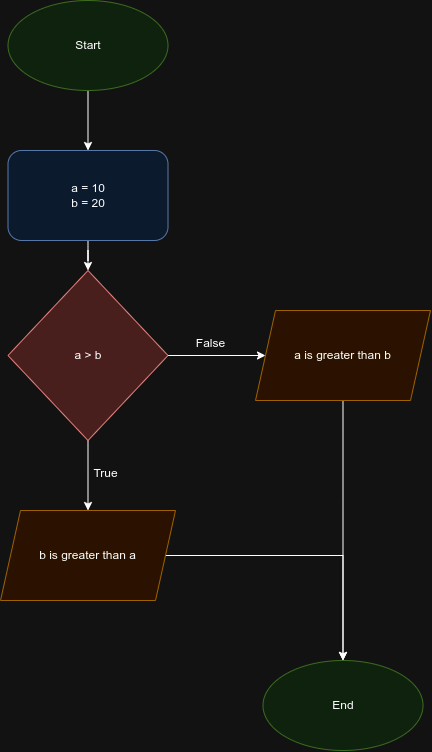
Before: assets/img/Python-example.png, a diagram exported from draw.io (tomdu3/tomdu3.github.io). Source tidied: cells renumbered, new cells last; positions are measured from the earlier drawing's top-left corner, leaving out a move shared by most shapes.
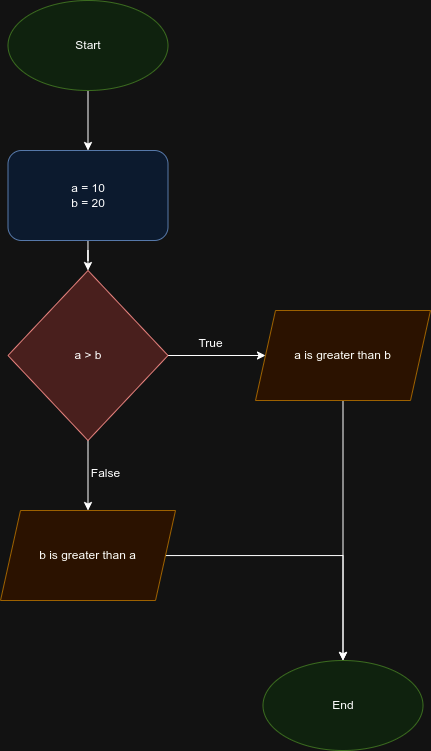
Above is the later version.

Commit message:
Fix: drawio chart correct

Change to the diagram source:
```diff
@@ -29,7 +29,7 @@
     <mxCell id="10" value="b is greater than a" style="shape=parallelogram;perimeter=parallelogramPerimeter;whiteSpace=wrap;html=1;fixedSize=1;fillColor=#ffe6cc;strokeColor=#d79b00;" parent="1" vertex="1">
       <mxGeometry y="510" width="175" height="90" as="geometry" />
     </mxCell>
-    <mxCell id="11" value="True" style="text;html=1;align=center;verticalAlign=middle;strokeColor=none;fillColor=none;" parent="1" vertex="1">
+    <mxCell id="11" value="False" style="text;html=1;align=center;verticalAlign=middle;strokeColor=none;fillColor=none;" parent="1" vertex="1">
       <mxGeometry x="80" y="458" width="50" height="30" as="geometry" />
     </mxCell>
     <mxCell id="12" style="edgeStyle=orthogonalEdgeStyle;rounded=0;jettySize=auto;html=1;" parent="1" edge="1" source="13" target="15">
@@ -38,7 +38,7 @@
     <mxCell id="13" value="a is greater than b" style="shape=parallelogram;perimeter=parallelogramPerimeter;whiteSpace=wrap;html=1;fixedSize=1;fillColor=#ffe6cc;strokeColor=#d79b00;" parent="1" vertex="1">
       <mxGeometry x="255" y="310" width="175" height="90" as="geometry" />
     </mxCell>
-    <mxCell id="14" value="False" style="text;html=1;align=center;verticalAlign=middle;strokeColor=none;fillColor=none;" parent="1" vertex="1">
+    <mxCell id="14" value="True" style="text;html=1;align=center;verticalAlign=middle;strokeColor=none;fillColor=none;" parent="1" vertex="1">
       <mxGeometry x="185" y="328" width="50" height="30" as="geometry" />
     </mxCell>
     <mxCell id="15" value="End" style="ellipse;whiteSpace=wrap;html=1;fillColor=#d5e8d4;strokeColor=#82b366;" parent="1" vertex="1">
```
